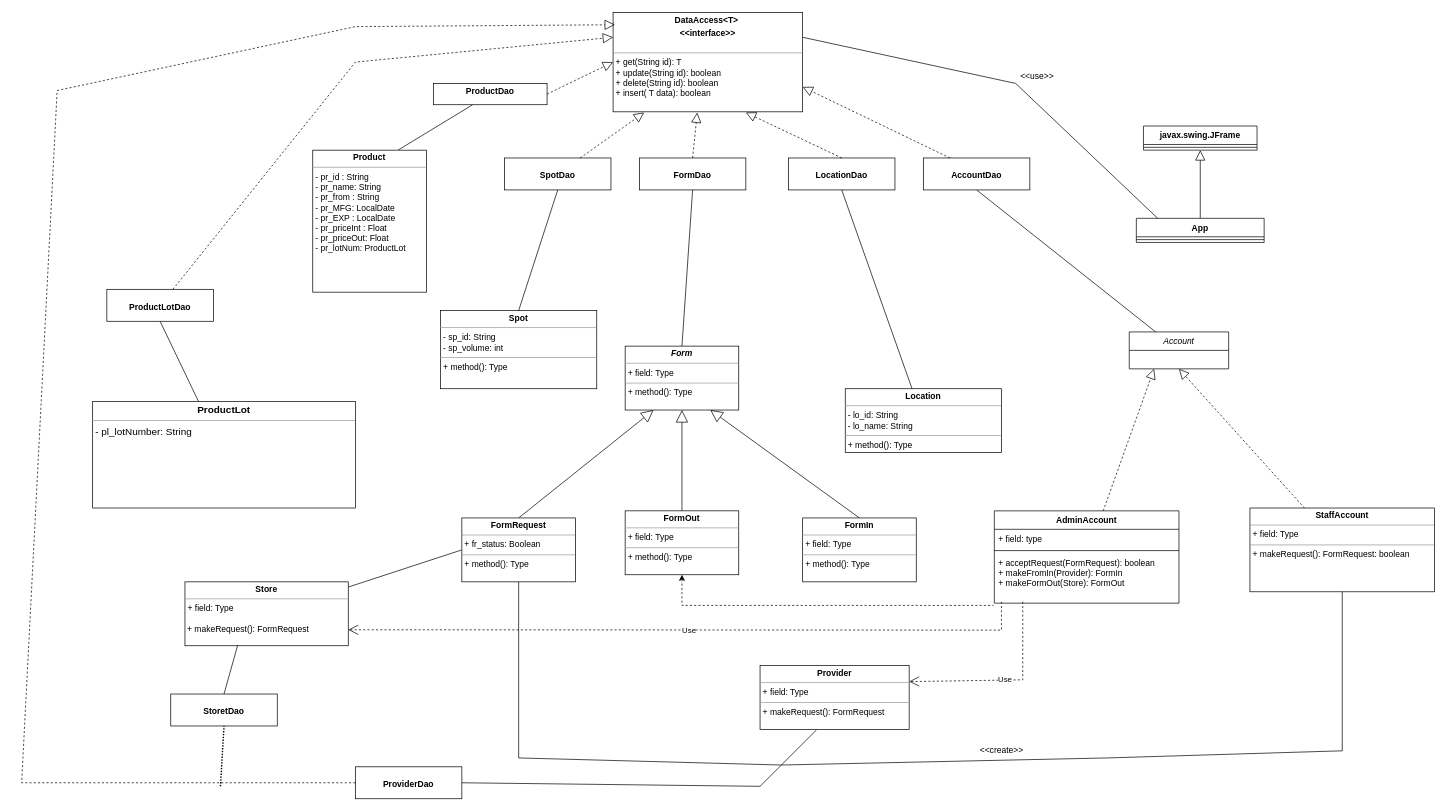
The draw.io diagram Description/Diagrams/Buổi 2/Class/Class.drawio in maingocdoan1809/PTTK-HTTT, before the edit. Source tidied: cells renumbered, new cells numbered last; positions are measured from the earlier drawing's top-left corner, leaving out a move shared by most shapes. Both pictures are drawn from the tidied source at 71%, with x=0, y=0 at pixel (21, 12).
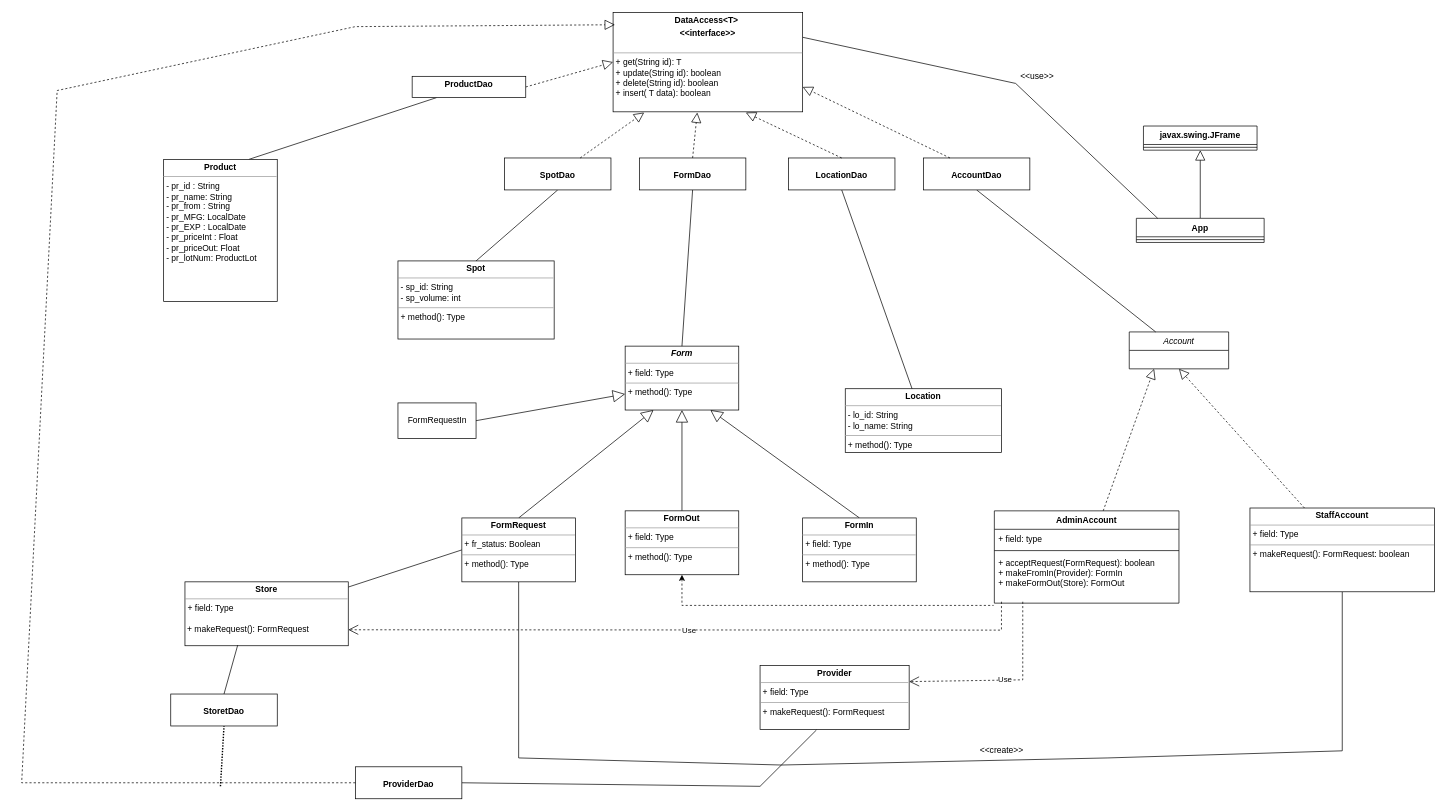
The same page after the edit.

The change refers to these unchanged cells:
```xml
<mxCell id="6" value="&lt;p style=&quot;margin:0px;margin-top:4px;text-align:center;&quot;&gt;&lt;b&gt;&lt;i&gt;Form&lt;/i&gt;&lt;/b&gt;&lt;/p&gt;&lt;hr size=&quot;1&quot;&gt;&lt;p style=&quot;margin:0px;margin-left:4px;&quot;&gt;+ field: Type&lt;/p&gt;&lt;hr size=&quot;1&quot;&gt;&lt;p style=&quot;margin:0px;margin-left:4px;&quot;&gt;+ method(): Type&lt;/p&gt;" style="verticalAlign=top;align=left;overflow=fill;fontSize=12;fontFamily=Helvetica;html=1;" parent="1" vertex="1">
  <mxGeometry x="850" y="470" width="160" height="90" as="geometry" />
</mxCell>
<mxCell id="22" value="&lt;p style=&quot;margin:0px;margin-top:4px;text-align:center;&quot;&gt;&lt;b&gt;DataAccess&amp;lt;T&amp;gt;&amp;nbsp;&lt;/b&gt;&lt;/p&gt;&lt;p style=&quot;margin:0px;margin-top:4px;text-align:center;&quot;&gt;&lt;b&gt;&amp;lt;&amp;lt;interface&amp;gt;&amp;gt;&lt;/b&gt;&lt;/p&gt;&lt;p style=&quot;margin:0px;margin-left:4px;&quot;&gt;&lt;br&gt;&lt;/p&gt;&lt;hr size=&quot;1&quot;&gt;&lt;p style=&quot;margin:0px;margin-left:4px;&quot;&gt;+ get(String id): T&lt;/p&gt;&lt;p style=&quot;margin:0px;margin-left:4px;&quot;&gt;+ update(String id): boolean&lt;/p&gt;&lt;p style=&quot;margin:0px;margin-left:4px;&quot;&gt;+ delete(String id): boolean&lt;/p&gt;&lt;p style=&quot;margin:0px;margin-left:4px;&quot;&gt;+ insert( T data): boolean&lt;/p&gt;&lt;p style=&quot;margin:0px;margin-left:4px;&quot;&gt;&lt;br&gt;&lt;/p&gt;" style="verticalAlign=top;align=left;overflow=fill;fontSize=12;fontFamily=Helvetica;html=1;" parent="1" vertex="1">
  <mxGeometry x="833" width="267" height="140" as="geometry" />
</mxCell>
```

The edit, as a diff of the source:
```diff
@@
     <mxCell id="3" value="&lt;p style=&quot;margin:0px;margin-top:4px;text-align:center;&quot;&gt;&lt;b&gt;Product&lt;/b&gt;&lt;/p&gt;&lt;hr size=&quot;1&quot;&gt;&lt;p style=&quot;margin:0px;margin-left:4px;&quot;&gt;- pr_id : String&lt;/p&gt;&lt;p style=&quot;margin:0px;margin-left:4px;&quot;&gt;- pr_name: String&lt;/p&gt;&lt;p style=&quot;margin:0px;margin-left:4px;&quot;&gt;- pr_from : String&lt;/p&gt;&lt;p style=&quot;margin:0px;margin-left:4px;&quot;&gt;- pr_MFG: LocalDate&lt;/p&gt;&lt;p style=&quot;margin:0px;margin-left:4px;&quot;&gt;- pr_EXP : LocalDate&lt;/p&gt;&lt;p style=&quot;margin:0px;margin-left:4px;&quot;&gt;- pr_priceInt : Float&lt;/p&gt;&lt;p style=&quot;margin:0px;margin-left:4px;&quot;&gt;- pr_priceOut: Float&lt;/p&gt;&lt;p style=&quot;margin:0px;margin-left:4px;&quot;&gt;- pr_lotNum: ProductLot&lt;/p&gt;&lt;p style=&quot;margin:0px;margin-left:4px;&quot;&gt;&lt;br&gt;&lt;/p&gt;" style="verticalAlign=top;align=left;overflow=fill;fontSize=12;fontFamily=Helvetica;html=1;" parent="1" vertex="1">
-      <mxGeometry x="410" y="194" width="160" height="200" as="geometry" />
+      <mxGeometry x="200" y="207" width="160" height="200" as="geometry" />
     </mxCell>
@@
-    <mxCell id="20" value="&lt;p style=&quot;margin:0px;margin-top:4px;text-align:center;&quot;&gt;&lt;b&gt;&lt;font style=&quot;font-size: 14px;&quot;&gt;ProductLot&lt;/font&gt;&lt;/b&gt;&lt;/p&gt;&lt;hr size=&quot;1&quot;&gt;&lt;p style=&quot;margin:0px;margin-left:4px;&quot;&gt;&lt;font style=&quot;font-size: 14px;&quot;&gt;- pl_lotNumber: String&lt;/font&gt;&lt;/p&gt;&lt;p style=&quot;margin:0px;margin-left:4px;&quot;&gt;&lt;br&gt;&lt;/p&gt;&lt;p style=&quot;margin:0px;margin-left:4px;&quot;&gt;&lt;font size=&quot;3&quot;&gt;&lt;u&gt;&lt;br&gt;&lt;/u&gt;&lt;/font&gt;&lt;/p&gt;" style="verticalAlign=top;align=left;overflow=fill;fontSize=12;fontFamily=Helvetica;html=1;" parent="1" vertex="1">
-      <mxGeometry x="100" y="548" width="370" height="150" as="geometry" />
-    </mxCell>
@@
     <mxCell id="23" value="&lt;p style=&quot;margin:0px;margin-top:4px;text-align:center;&quot;&gt;&lt;b&gt;Spot&lt;/b&gt;&lt;/p&gt;&lt;hr size=&quot;1&quot;&gt;&lt;p style=&quot;margin:0px;margin-left:4px;&quot;&gt;- sp_id: String&lt;/p&gt;&lt;p style=&quot;margin:0px;margin-left:4px;&quot;&gt;- sp_volume: int&lt;/p&gt;&lt;hr size=&quot;1&quot;&gt;&lt;p style=&quot;margin:0px;margin-left:4px;&quot;&gt;+ method(): Type&lt;/p&gt;" style="verticalAlign=top;align=left;overflow=fill;fontSize=12;fontFamily=Helvetica;html=1;" parent="1" vertex="1">
-      <mxGeometry x="590" y="420" width="220" height="110" as="geometry" />
+      <mxGeometry x="530" y="350" width="220" height="110" as="geometry" />
     </mxCell>
@@
     <mxCell id="33" value="&lt;p style=&quot;margin:0px;margin-top:4px;text-align:center;&quot;&gt;&lt;b&gt;ProductDao&lt;/b&gt;&lt;/p&gt;&lt;p style=&quot;margin:0px;margin-left:4px;&quot;&gt;&lt;br&gt;&lt;/p&gt;" style="verticalAlign=top;align=left;overflow=fill;fontSize=12;fontFamily=Helvetica;html=1;" parent="1" vertex="1">
-      <mxGeometry x="580" y="100" width="160" height="30" as="geometry" />
+      <mxGeometry x="550" y="90" width="160" height="30" as="geometry" />
     </mxCell>
@@
-    <mxCell id="48" style="edgeStyle=none;rounded=0;jettySize=auto;html=1;exitX=0.5;exitY=1;exitDx=0;exitDy=0;strokeWidth=1;endArrow=none;endFill=0;endSize=12;" parent="1" edge="1" source="49" target="20">
-      <mxGeometry relative="1" as="geometry" />
-    </mxCell>
-    <mxCell id="49" value="&lt;p style=&quot;margin:0px;margin-top:4px;text-align:center;&quot;&gt;&lt;br&gt;&lt;b&gt;ProductLotDao&lt;/b&gt;&lt;/p&gt;" style="verticalAlign=top;align=left;overflow=fill;fontSize=12;fontFamily=Helvetica;html=1;" parent="1" vertex="1">
-      <mxGeometry x="120" y="390" width="150" height="45" as="geometry" />
-    </mxCell>
-    <mxCell id="50" style="rounded=0;jettySize=auto;html=1;entryX=0;entryY=0.25;entryDx=0;entryDy=0;endArrow=block;endFill=0;strokeWidth=1;endSize=12;dashed=1;" parent="1" edge="1" source="49" target="22">
-      <mxGeometry relative="1" as="geometry">
-        <Array as="points">
-          <mxPoint x="470" y="70" />
-        </Array>
-      </mxGeometry>
-    </mxCell>
@@
+    <mxCell id="61" value="FormRequestIn" style="html=1;" parent="1" vertex="1">
+      <mxGeometry x="530" y="550" width="110" height="50" as="geometry" />
+    </mxCell>
+    <mxCell id="62" style="edgeStyle=none;rounded=0;jettySize=auto;html=1;exitX=1;exitY=0.5;exitDx=0;exitDy=0;entryX=0;entryY=0.75;entryDx=0;entryDy=0;strokeWidth=1;fontSize=14;endArrow=block;endFill=0;endSize=15;" parent="1" edge="1" source="61" target="6">
+      <mxGeometry relative="1" as="geometry" />
+    </mxCell>
```
